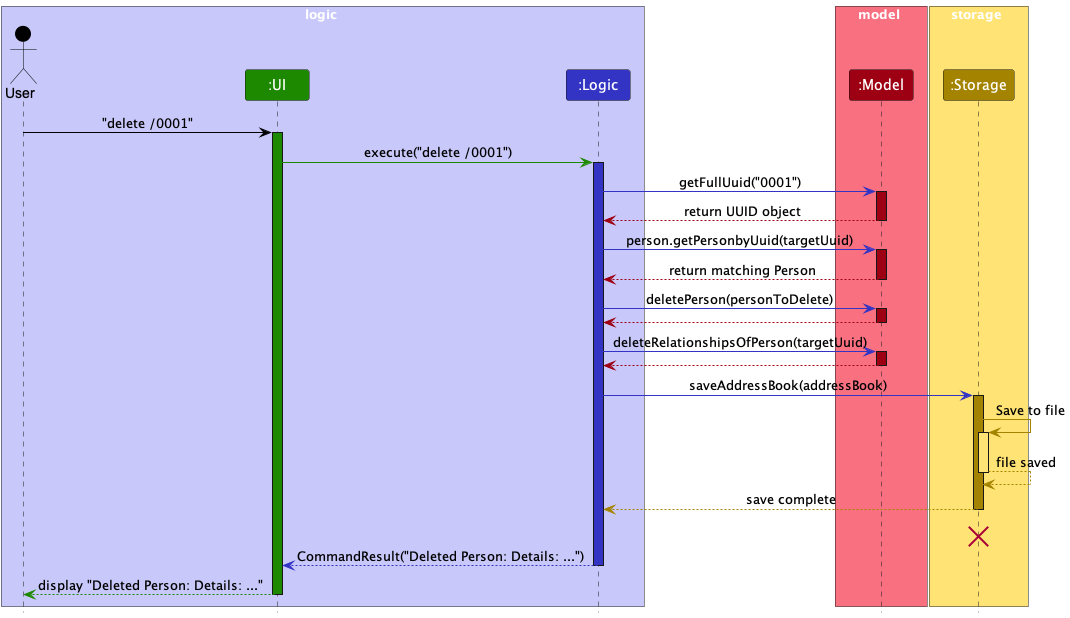
The PlantUML diagram docs/images/DeletePersonSequenceDiagram.png in Emberlynn-Loo/tp, before a commit.
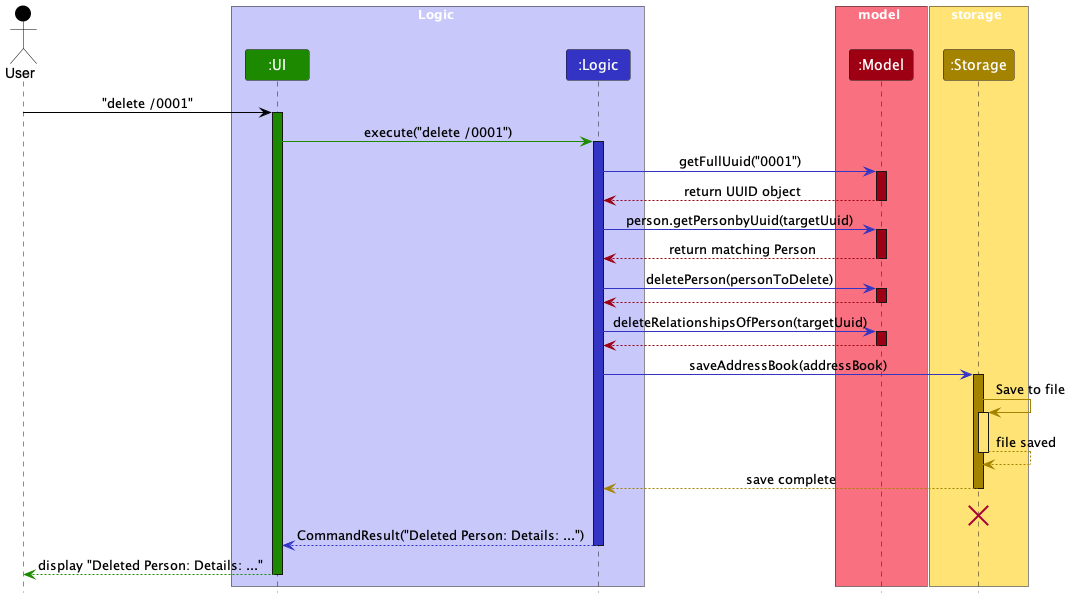
After the change.

What changed in the source:
```diff
@@ -2,8 +2,8 @@
 !include style.puml
 skinparam ArrowFontStyle plain
 
-box logic LOGIC_COLOR_T1
 Actor User as user USER_COLOR
+box Logic LOGIC_COLOR_T1
 Participant ":UI" as ui UI_COLOR
 Participant ":Logic" as logic LOGIC_COLOR
 end box
```
